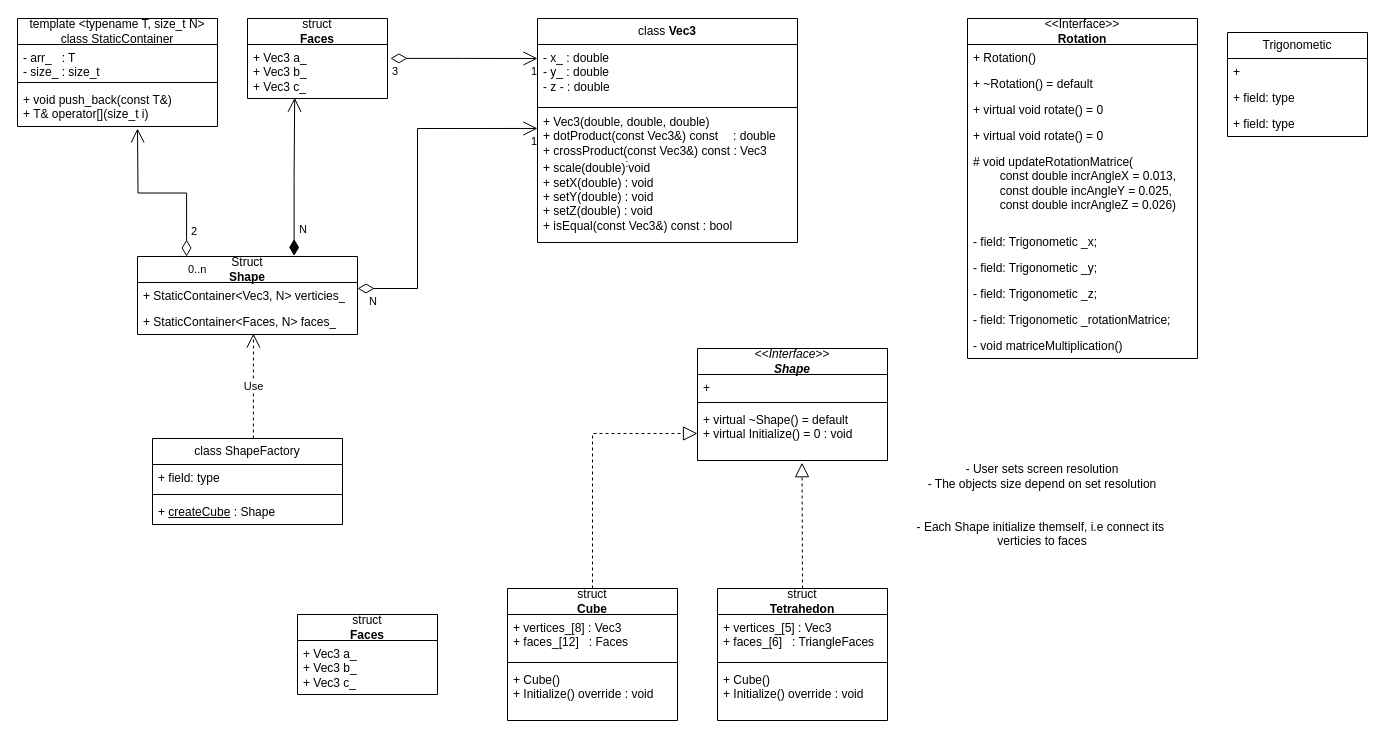
The draw.io diagram Architecture.drawio in AntonG97/ASCII_cube, before the edit. Source tidied: cells renumbered, new cells numbered last; positions are measured from the earlier drawing's top-left corner, leaving out a move shared by most shapes. Both pictures are drawn from the tidied source at 100%, with x=0, y=0 at pixel (17, 18).
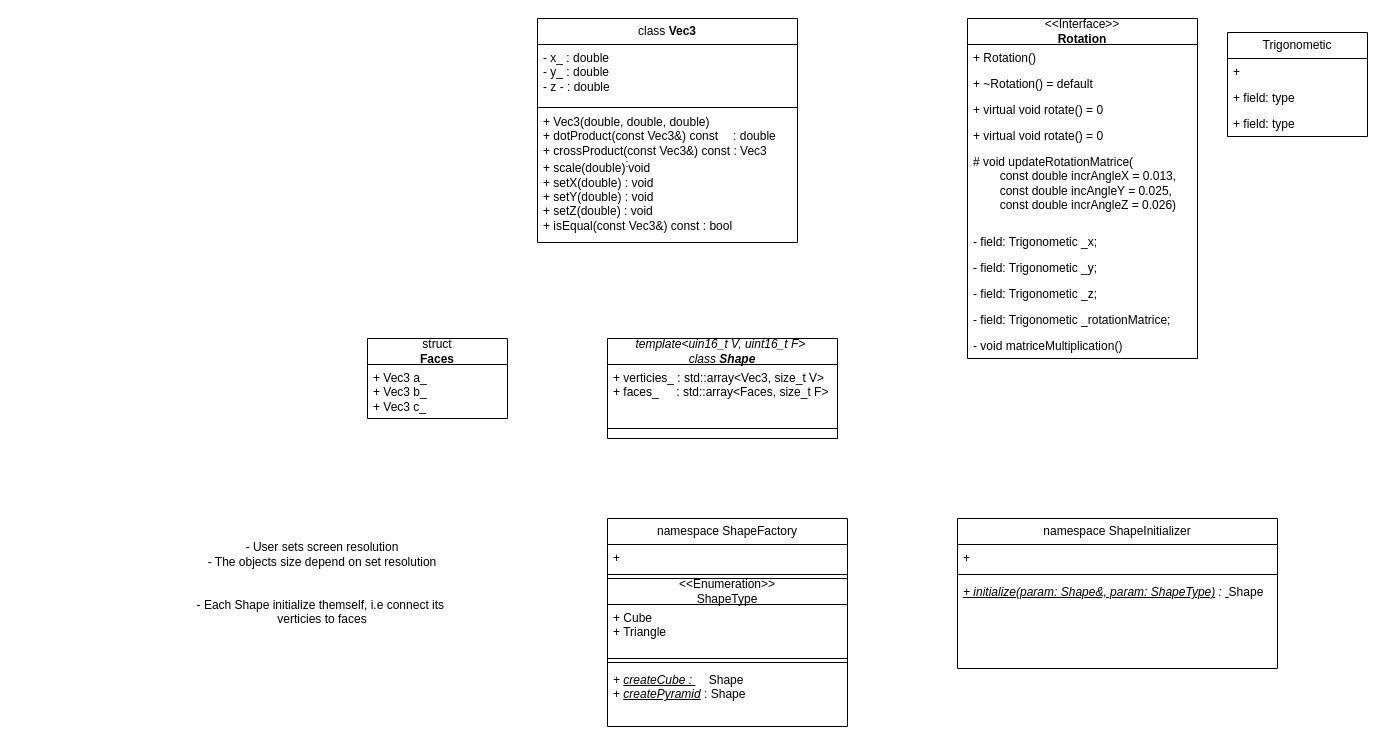
Above is the later version.

The change refers to these unchanged cells:
```xml
<mxCell id="27" value="&lt;div&gt;- x_ : double&lt;/div&gt;&lt;div&gt;- y_ : double&lt;/div&gt;&lt;div&gt;- z - : double&lt;/div&gt;" style="text;strokeColor=none;fillColor=none;align=left;verticalAlign=top;spacingLeft=4;spacingRight=4;overflow=hidden;points=[[0,0.5],[1,0.5]];portConstraint=eastwest;whiteSpace=wrap;html=1;" parent="26" vertex="1">
  <mxGeometry y="26" width="260" height="62" as="geometry" />
</mxCell>
<mxCell id="29" value="&lt;div&gt;+ Vec3(double, double, double)&lt;/div&gt;&lt;div&gt;+ dotProduct(const Vec3&amp;amp;) const &lt;span style=&quot;white-space: pre;&quot;&gt;&#9;&lt;/span&gt;&amp;nbsp;: double&lt;/div&gt;&lt;div&gt;+ crossProduct(const Vec3&amp;amp;) const :&amp;nbsp;Vec3&lt;/div&gt;&lt;div&gt;+ scale(double)&lt;sup&gt;:&lt;/sup&gt;void&lt;/div&gt;&lt;div&gt;+ setX(double) :&amp;nbsp;void&lt;/div&gt;&lt;div&gt;+ setY(double) :&amp;nbsp;void&lt;/div&gt;&lt;div&gt;+ setZ(double) :&amp;nbsp;void&lt;/div&gt;&lt;div&gt;+ isEqual(const Vec3&amp;amp;) const :&amp;nbsp;bool&lt;/div&gt;" style="text;strokeColor=none;fillColor=none;align=left;verticalAlign=top;spacingLeft=4;spacingRight=4;overflow=hidden;points=[[0,0.5],[1,0.5]];portConstraint=eastwest;whiteSpace=wrap;html=1;" parent="26" vertex="1">
  <mxGeometry y="90" width="260" height="134" as="geometry" />
</mxCell>
```

The edit, as a diff of the source:
```diff
@@
-    <mxCell id="2" value="&lt;div&gt;Struct&lt;/div&gt;&lt;div&gt;&lt;b&gt;Shape&lt;/b&gt;&lt;/div&gt;" style="swimlane;fontStyle=0;horizontal=1;startSize=26;fillColor=none;whiteSpace=wrap;html=1;" parent="1" vertex="1">
-      <mxGeometry x="120" y="238" width="220" height="78" as="geometry" />
-    </mxCell>
-    <mxCell id="3" value="+ StaticContainer&amp;lt;Vec3, N&amp;gt; verticies_" style="text;strokeColor=none;fillColor=none;align=left;verticalAlign=top;spacingLeft=4;spacingRight=4;overflow=hidden;whiteSpace=wrap;html=1;" parent="2" vertex="1">
-      <mxGeometry y="26" width="220" height="26" as="geometry" />
-    </mxCell>
-    <mxCell id="4" value="+ StaticContainer&amp;lt;Faces, N&amp;gt; faces_" style="text;strokeColor=none;fillColor=none;align=left;verticalAlign=top;spacingLeft=4;spacingRight=4;overflow=hidden;points=[[0,0.5],[1,0.5]];portConstraint=eastwest;whiteSpace=wrap;html=1;" parent="2" vertex="1">
-      <mxGeometry y="52" width="220" height="26" as="geometry" />
-    </mxCell>
@@
-    <mxCell id="20" value="&lt;div&gt;template &amp;lt;typename T, size_t N&amp;gt;&lt;/div&gt;&lt;div&gt;class StaticContainer&lt;/div&gt;" style="swimlane;fontStyle=0;horizontal=1;startSize=26;fillColor=none;whiteSpace=wrap;html=1;" parent="1" vertex="1">
-      <mxGeometry width="200" height="108" as="geometry" />
-    </mxCell>
-    <mxCell id="21" value="&lt;div&gt;- arr_&amp;nbsp; &amp;nbsp;: T&lt;/div&gt;&lt;div&gt;- size_ : size_t&amp;nbsp;&lt;/div&gt;" style="text;strokeColor=none;fillColor=none;align=left;verticalAlign=top;spacingLeft=4;spacingRight=4;overflow=hidden;whiteSpace=wrap;html=1;" parent="20" vertex="1">
-      <mxGeometry y="26" width="200" height="34" as="geometry" />
-    </mxCell>
-    <mxCell id="22" style="line;strokeWidth=1;fillColor=none;align=left;verticalAlign=middle;spacingTop=-1;spacingLeft=3;spacingRight=3;labelPosition=right;strokeColor=inherit;" parent="20" vertex="1">
-      <mxGeometry y="60" width="200" height="8" as="geometry" />
-    </mxCell>
-    <mxCell id="23" value="&lt;div&gt;+ void push_back(const T&amp;amp;)&lt;/div&gt;&lt;div&gt;+ T&amp;amp; operator[](size_t i)&lt;/div&gt;" style="text;strokeColor=none;fillColor=none;align=left;verticalAlign=top;spacingLeft=4;spacingRight=4;overflow=hidden;whiteSpace=wrap;html=1;" parent="20" vertex="1">
-      <mxGeometry y="68" width="200" height="40" as="geometry" />
-    </mxCell>
-    <mxCell id="24" value="&lt;div&gt;struct&lt;/div&gt;&lt;div&gt;&lt;b&gt;Faces&lt;/b&gt;&lt;/div&gt;" style="swimlane;fontStyle=0;horizontal=1;startSize=26;fillColor=none;whiteSpace=wrap;html=1;" parent="1" vertex="1">
-      <mxGeometry x="230" width="140" height="80" as="geometry" />
-    </mxCell>
-    <mxCell id="25" value="&lt;div&gt;+ Vec3 a_&lt;/div&gt;&lt;div&gt;+ Vec3 b_&lt;/div&gt;&lt;div&gt;+ Vec3 c_&lt;/div&gt;" style="text;strokeColor=none;fillColor=none;align=left;verticalAlign=top;spacingLeft=4;spacingRight=4;overflow=hidden;points=[[0,0.5],[1,0.5]];portConstraint=eastwest;whiteSpace=wrap;html=1;" parent="24" vertex="1">
-      <mxGeometry y="26" width="140" height="54" as="geometry" />
-    </mxCell>
@@
-    <mxCell id="30" value="N" style="endArrow=open;html=1;endSize=12;startArrow=diamondThin;startSize=14;startFill=1;edgeStyle=orthogonalEdgeStyle;align=left;verticalAlign=bottom;rounded=0;exitX=0.712;exitY=-0.008;exitDx=0;exitDy=0;exitPerimeter=0;entryX=0.337;entryY=0.986;entryDx=0;entryDy=0;entryPerimeter=0;" parent="1" edge="1" source="2" target="25">
-      <mxGeometry x="-0.78" y="-3" relative="1" as="geometry" />
-    </mxCell>
-    <mxCell id="31" style="endArrow=open;html=1;endSize=12;startArrow=diamondThin;startSize=14;startFill=0;edgeStyle=orthogonalEdgeStyle;rounded=0;exitX=0.223;exitY=0;exitDx=0;exitDy=0;exitPerimeter=0;" parent="1" edge="1" source="2">
-      <mxGeometry relative="1" as="geometry">
-        <mxPoint x="120" y="110" as="targetPoint" />
-      </mxGeometry>
-    </mxCell>
-    <mxCell id="32" value="0..n" style="edgeLabel;html=1;align=left;verticalAlign=top;" parent="31" vertex="1">
-      <mxGeometry x="-1" relative="1" as="geometry" />
-    </mxCell>
-    <mxCell id="33" value="2" style="edgeLabel;html=1;align=right;verticalAlign=top;" parent="31" vertex="1">
-      <mxGeometry x="1" relative="1" as="geometry">
-        <mxPoint x="60" y="90" as="offset" />
-      </mxGeometry>
-    </mxCell>
-    <mxCell id="34" style="endArrow=open;html=1;endSize=12;startArrow=diamondThin;startSize=14;startFill=0;edgeStyle=orthogonalEdgeStyle;rounded=0;entryX=0;entryY=0.226;entryDx=0;entryDy=0;entryPerimeter=0;exitX=1.021;exitY=0.257;exitDx=0;exitDy=0;exitPerimeter=0;" parent="1" edge="1" source="25" target="27">
-      <mxGeometry relative="1" as="geometry" />
-    </mxCell>
-    <mxCell id="35" value="3" style="edgeLabel;html=1;align=left;verticalAlign=top;" parent="34" vertex="1">
-      <mxGeometry x="-1" relative="1" as="geometry" />
-    </mxCell>
-    <mxCell id="36" value="1" style="edgeLabel;html=1;align=right;verticalAlign=top;" parent="34" vertex="1">
-      <mxGeometry x="1" relative="1" as="geometry" />
-    </mxCell>
-    <mxCell id="37" style="endArrow=open;html=1;endSize=12;startArrow=diamondThin;startSize=14;startFill=0;edgeStyle=orthogonalEdgeStyle;rounded=0;entryX=0;entryY=0.149;entryDx=0;entryDy=0;entryPerimeter=0;exitX=1.021;exitY=0.257;exitDx=0;exitDy=0;exitPerimeter=0;" parent="1" edge="1" target="29">
-      <mxGeometry relative="1" as="geometry">
-        <mxPoint x="340" y="270" as="sourcePoint" />
-        <Array as="points">
-          <mxPoint x="400" y="270" />
-          <mxPoint x="400" y="110" />
-        </Array>
-      </mxGeometry>
-    </mxCell>
-    <mxCell id="38" value="N" style="edgeLabel;html=1;align=left;verticalAlign=top;" parent="37" vertex="1">
-      <mxGeometry x="-1" relative="1" as="geometry">
-        <mxPoint x="10" as="offset" />
-      </mxGeometry>
-    </mxCell>
-    <mxCell id="39" value="1" style="edgeLabel;html=1;align=right;verticalAlign=top;" parent="37" vertex="1">
-      <mxGeometry x="1" relative="1" as="geometry" />
-    </mxCell>
     <mxCell id="40" value="&lt;div&gt;- User sets screen resolution&lt;/div&gt;&lt;div&gt;- The objects size depend on set resolution&lt;/div&gt;&lt;div&gt;&lt;br&gt;&lt;/div&gt;&lt;div&gt;&lt;br&gt;&lt;/div&gt;&lt;div&gt;- Each Shape initialize themself, i.e connect its&amp;nbsp;&lt;/div&gt;&lt;div&gt;verticies to faces&lt;/div&gt;" style="text;html=1;whiteSpace=wrap;strokeColor=none;fillColor=none;align=center;verticalAlign=middle;rounded=0;" parent="1" vertex="1">
-      <mxGeometry x="880" y="442" width="290" height="90" as="geometry" />
+      <mxGeometry x="160" y="520" width="290" height="90" as="geometry" />
     </mxCell>
-    <mxCell id="41" value="class ShapeFactory" style="swimlane;fontStyle=0;horizontal=1;startSize=26;fillColor=none;whiteSpace=wrap;html=1;" parent="1" vertex="1">
-      <mxGeometry x="135" y="420" width="190" height="86" as="geometry" />
+    <mxCell id="41" value="namespace ShapeFactory" style="swimlane;fontStyle=0;horizontal=1;startSize=26;fillColor=none;whiteSpace=wrap;html=1;" parent="1" vertex="1">
+      <mxGeometry x="590" y="500" width="240" height="208" as="geometry" />
     </mxCell>
-    <mxCell id="42" value="+ field: type" style="text;strokeColor=none;fillColor=none;align=left;verticalAlign=top;spacingLeft=4;spacingRight=4;overflow=hidden;whiteSpace=wrap;html=1;" parent="41" vertex="1">
-      <mxGeometry y="26" width="190" height="26" as="geometry" />
+    <mxCell id="42" value="+" style="text;strokeColor=none;fillColor=none;align=left;verticalAlign=top;spacingLeft=4;spacingRight=4;overflow=hidden;whiteSpace=wrap;html=1;" parent="41" vertex="1">
+      <mxGeometry y="26" width="240" height="26" as="geometry" />
     </mxCell>
     <mxCell id="43" style="line;strokeWidth=1;fillColor=none;align=left;verticalAlign=middle;spacingTop=-1;spacingLeft=3;spacingRight=3;labelPosition=right;strokeColor=inherit;" parent="41" vertex="1">
-      <mxGeometry y="52" width="190" height="8" as="geometry" />
+      <mxGeometry y="52" width="240" height="8" as="geometry" />
     </mxCell>
+    <mxCell id="62" value="&lt;div&gt;&amp;lt;&amp;lt;Enumeration&amp;gt;&amp;gt;&lt;/div&gt;&lt;div&gt;ShapeType&lt;/div&gt;" style="swimlane;fontStyle=0;horizontal=1;startSize=26;fillColor=none;whiteSpace=wrap;html=1;" parent="41" vertex="1">
+      <mxGeometry y="60" width="240" height="80" as="geometry" />
+    </mxCell>
+    <mxCell id="63" value="&lt;div&gt;+ Cube&lt;/div&gt;+ Triangle" style="text;strokeColor=none;fillColor=none;align=left;verticalAlign=top;spacingLeft=4;spacingRight=4;overflow=hidden;whiteSpace=wrap;html=1;" parent="62" vertex="1">
+      <mxGeometry y="26" width="240" height="54" as="geometry" />
+    </mxCell>
+    <mxCell id="64" style="line;strokeWidth=1;fillColor=none;align=left;verticalAlign=middle;spacingTop=-1;spacingLeft=3;spacingRight=3;labelPosition=right;strokeColor=inherit;" parent="41" vertex="1">
+      <mxGeometry y="140" width="240" height="8" as="geometry" />
+    </mxCell>
-    <mxCell id="44" value="&lt;div&gt;+&amp;nbsp;&lt;u&gt;createCube&lt;/u&gt;&amp;nbsp;: Shape&lt;/div&gt;" style="text;strokeColor=none;fillColor=none;align=left;verticalAlign=top;spacingLeft=4;spacingRight=4;overflow=hidden;whiteSpace=wrap;html=1;" parent="41" vertex="1">
-      <mxGeometry y="60" width="190" height="26" as="geometry" />
+    <mxCell id="44" value="&lt;div&gt;&lt;i&gt;+&amp;nbsp;&lt;u&gt;createCube&amp;nbsp;:&amp;nbsp;&lt;/u&gt;&lt;/i&gt;&amp;nbsp; &amp;nbsp; Shape&lt;/div&gt;+&amp;nbsp;&lt;i&gt;&lt;u&gt;createPyramid&lt;/u&gt;&lt;/i&gt;&amp;nbsp;: Shape" style="text;strokeColor=none;fillColor=none;align=left;verticalAlign=top;spacingLeft=4;spacingRight=4;overflow=hidden;whiteSpace=wrap;html=1;" parent="41" vertex="1">
+      <mxGeometry y="148" width="240" height="60" as="geometry" />
     </mxCell>
-    <mxCell id="45" value="Use" style="endArrow=open;endSize=12;dashed=1;html=1;rounded=0;entryX=0.527;entryY=0.965;entryDx=0;entryDy=0;entryPerimeter=0;exitX=0.531;exitY=0;exitDx=0;exitDy=0;exitPerimeter=0;" parent="1" edge="1" source="41" target="4">
-      <mxGeometry relative="1" as="geometry" />
-    </mxCell>
-    <mxCell id="46" value="&lt;div&gt;struct&lt;/div&gt;&lt;div&gt;&lt;b&gt;Cube&lt;/b&gt;&lt;/div&gt;" style="swimlane;fontStyle=0;horizontal=1;startSize=26;fillColor=none;whiteSpace=wrap;html=1;" parent="1" vertex="1">
-      <mxGeometry x="490" y="570" width="170" height="132" as="geometry" />
-    </mxCell>
-    <mxCell id="47" value="&lt;div&gt;+ vertices_[8] : Vec3&lt;/div&gt;&lt;div&gt;+ faces_[12]&amp;nbsp; &amp;nbsp;: Faces&lt;/div&gt;" style="text;strokeColor=none;fillColor=none;align=left;verticalAlign=top;spacingLeft=4;spacingRight=4;overflow=hidden;whiteSpace=wrap;html=1;" parent="46" vertex="1">
-      <mxGeometry y="26" width="170" height="44" as="geometry" />
-    </mxCell>
-    <mxCell id="48" style="line;strokeWidth=1;fillColor=none;align=left;verticalAlign=middle;spacingTop=-1;spacingLeft=3;spacingRight=3;labelPosition=right;strokeColor=inherit;" parent="46" vertex="1">
-      <mxGeometry y="70" width="170" height="8" as="geometry" />
-    </mxCell>
-    <mxCell id="49" value="&lt;div&gt;+ Cube()&lt;/div&gt;&lt;div&gt;+ Initialize() override : void&lt;/div&gt;" style="text;strokeColor=none;fillColor=none;align=left;verticalAlign=top;spacingLeft=4;spacingRight=4;overflow=hidden;whiteSpace=wrap;html=1;" parent="46" vertex="1">
-      <mxGeometry y="78" width="170" height="54" as="geometry" />
-    </mxCell>
-    <mxCell id="50" value="&lt;div&gt;&amp;lt;&amp;lt;&lt;i&gt;Interface&amp;gt;&amp;gt;&lt;/i&gt;&lt;/div&gt;&lt;div&gt;&lt;i&gt;&lt;b&gt;Shape&lt;/b&gt;&lt;/i&gt;&lt;/div&gt;" style="swimlane;fontStyle=0;horizontal=1;startSize=26;fillColor=none;whiteSpace=wrap;html=1;" parent="1" vertex="1">
-      <mxGeometry x="680" y="330" width="190" height="112" as="geometry" />
+    <mxCell id="50" value="&lt;div&gt;&lt;i&gt;template&amp;lt;uin16_t V, uint16_t F&amp;gt;&amp;nbsp;&lt;/i&gt;&lt;/div&gt;&lt;div&gt;&lt;i&gt;class&lt;b&gt;&amp;nbsp;Shape&lt;/b&gt;&lt;/i&gt;&lt;/div&gt;" style="swimlane;fontStyle=0;horizontal=1;startSize=26;fillColor=none;whiteSpace=wrap;html=1;" parent="1" vertex="1">
+      <mxGeometry x="590" y="320" width="230" height="100" as="geometry" />
     </mxCell>
-    <mxCell id="51" value="+&amp;nbsp;" style="text;strokeColor=none;fillColor=none;align=left;verticalAlign=top;spacingLeft=4;spacingRight=4;overflow=hidden;whiteSpace=wrap;html=1;" parent="50" vertex="1">
-      <mxGeometry y="26" width="190" height="24" as="geometry" />
+    <mxCell id="51" value="&lt;div&gt;+ verticies_ : std::array&amp;lt;Vec3, size_t V&amp;gt;&lt;/div&gt;+ faces_ &lt;span style=&quot;white-space: pre;&quot;&gt;&#9;&lt;/span&gt;&amp;nbsp; &amp;nbsp;: std::array&amp;lt;Faces, size_t F&amp;gt;" style="text;strokeColor=none;fillColor=none;align=left;verticalAlign=top;spacingLeft=4;spacingRight=4;overflow=hidden;whiteSpace=wrap;html=1;" parent="50" vertex="1">
+      <mxGeometry y="26" width="230" height="54" as="geometry" />
     </mxCell>
     <mxCell id="52" style="line;strokeWidth=1;fillColor=none;align=left;verticalAlign=middle;spacingTop=-1;spacingLeft=3;spacingRight=3;labelPosition=right;strokeColor=inherit;" parent="50" vertex="1">
-      <mxGeometry y="50" width="190" height="8" as="geometry" />
+      <mxGeometry y="80" width="230" height="20" as="geometry" />
     </mxCell>
-    <mxCell id="53" value="&lt;div&gt;+ virtual ~Shape() = default&lt;/div&gt;&lt;div&gt;+ virtual Initialize() = 0 : void&lt;/div&gt;" style="text;strokeColor=none;fillColor=none;align=left;verticalAlign=top;spacingLeft=4;spacingRight=4;overflow=hidden;points=[[0,0.5],[1,0.5]];portConstraint=eastwest;whiteSpace=wrap;html=1;" parent="50" vertex="1">
-      <mxGeometry y="58" width="190" height="54" as="geometry" />
-    </mxCell>
     <mxCell id="54" value="&lt;div&gt;struct&lt;/div&gt;&lt;div&gt;&lt;b&gt;Faces&lt;/b&gt;&lt;/div&gt;" style="swimlane;fontStyle=0;horizontal=1;startSize=26;fillColor=none;whiteSpace=wrap;html=1;" parent="1" vertex="1">
-      <mxGeometry x="280" y="596" width="140" height="80" as="geometry" />
+      <mxGeometry x="350" y="320" width="140" height="80" as="geometry" />
     </mxCell>
@@
-    <mxCell id="56" value="&lt;div&gt;struct&lt;/div&gt;&lt;b&gt;Tetrahedon&lt;/b&gt;" style="swimlane;fontStyle=0;horizontal=1;startSize=26;fillColor=none;whiteSpace=wrap;html=1;" parent="1" vertex="1">
-      <mxGeometry x="700" y="570" width="170" height="132" as="geometry" />
-    </mxCell>
-    <mxCell id="57" value="&lt;div&gt;+ vertices_[5] : Vec3&lt;/div&gt;&lt;div&gt;+ faces_[6]&amp;nbsp; &amp;nbsp;: TriangleFaces&lt;/div&gt;" style="text;strokeColor=none;fillColor=none;align=left;verticalAlign=top;spacingLeft=4;spacingRight=4;overflow=hidden;whiteSpace=wrap;html=1;" parent="56" vertex="1">
-      <mxGeometry y="26" width="170" height="44" as="geometry" />
-    </mxCell>
-    <mxCell id="58" style="line;strokeWidth=1;fillColor=none;align=left;verticalAlign=middle;spacingTop=-1;spacingLeft=3;spacingRight=3;labelPosition=right;strokeColor=inherit;" parent="56" vertex="1">
-      <mxGeometry y="70" width="170" height="8" as="geometry" />
-    </mxCell>
-    <mxCell id="59" value="&lt;div&gt;+ Cube()&lt;/div&gt;&lt;div&gt;+ Initialize() override : void&lt;/div&gt;" style="text;strokeColor=none;fillColor=none;align=left;verticalAlign=top;spacingLeft=4;spacingRight=4;overflow=hidden;whiteSpace=wrap;html=1;" parent="56" vertex="1">
-      <mxGeometry y="78" width="170" height="54" as="geometry" />
-    </mxCell>
-    <mxCell id="60" style="endArrow=block;dashed=1;endFill=0;endSize=12;html=1;rounded=0;entryX=0.55;entryY=1.041;entryDx=0;entryDy=0;entryPerimeter=0;exitX=0.5;exitY=0;exitDx=0;exitDy=0;" parent="1" edge="1" source="56" target="53">
-      <mxGeometry relative="1" as="geometry" />
-    </mxCell>
-    <mxCell id="61" style="endArrow=block;dashed=1;endFill=0;endSize=12;html=1;rounded=0;exitX=0.5;exitY=0;exitDx=0;exitDy=0;entryX=0;entryY=0.5;entryDx=0;entryDy=0;" parent="1" edge="1" source="46" target="53">
-      <mxGeometry relative="1" as="geometry">
-        <Array as="points">
-          <mxPoint x="575" y="415" />
-        </Array>
-      </mxGeometry>
-    </mxCell>
+    <mxCell id="65" value="namespace ShapeInitializer" style="swimlane;fontStyle=0;horizontal=1;startSize=26;fillColor=none;whiteSpace=wrap;html=1;" parent="1" vertex="1">
+      <mxGeometry x="940" y="500" width="320" height="150" as="geometry" />
+    </mxCell>
+    <mxCell id="66" value="+" style="text;strokeColor=none;fillColor=none;align=left;verticalAlign=top;spacingLeft=4;spacingRight=4;overflow=hidden;whiteSpace=wrap;html=1;" parent="65" vertex="1">
+      <mxGeometry y="26" width="320" height="26" as="geometry" />
+    </mxCell>
+    <mxCell id="67" style="line;strokeWidth=1;fillColor=none;align=left;verticalAlign=middle;spacingTop=-1;spacingLeft=3;spacingRight=3;labelPosition=right;strokeColor=inherit;" parent="65" vertex="1">
+      <mxGeometry y="52" width="320" height="8" as="geometry" />
+    </mxCell>
+    <mxCell id="68" value="&lt;div&gt;&lt;i&gt;&lt;u&gt;+ initialize(param: Shape&amp;amp;, param: ShapeType)&lt;/u&gt;&amp;nbsp;:&amp;nbsp;&lt;u&gt; &lt;/u&gt;&lt;/i&gt;Shape&lt;/div&gt;" style="text;strokeColor=none;fillColor=none;align=left;verticalAlign=top;spacingLeft=4;spacingRight=4;overflow=hidden;whiteSpace=wrap;html=1;" parent="65" vertex="1">
+      <mxGeometry y="60" width="320" height="90" as="geometry" />
+    </mxCell>
```
